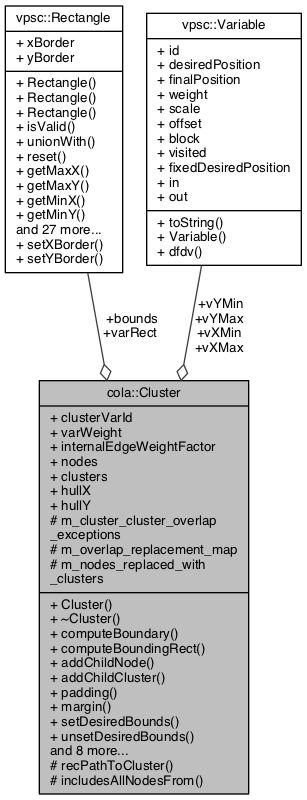
The Graphviz diagram documentation/classcola_1_1Cluster__coll__graph.png in mjwybrow/adaptagrams, before a commit. Its source is kept beside it as documentation/classcola_1_1Cluster__coll__graph.dot.
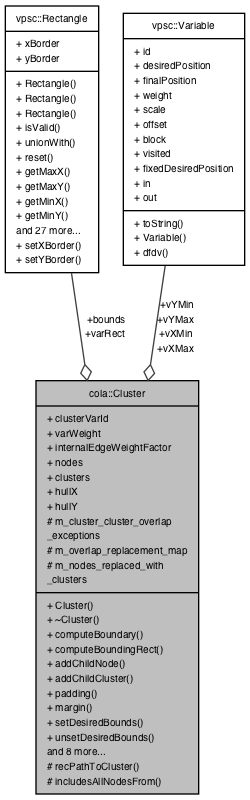
The same file after the commit.

Diff of the diagram source:
```diff
@@ -2,9 +2,9 @@
 {
   edge [fontname="Helvetica",fontsize="10",labelfontname="Helvetica",labelfontsize="10"];
   node [fontname="Helvetica",fontsize="10",shape=record];
-  Node1 [label="{cola::Cluster\n|+ clusterVarId\l+ varWeight\l+ internalEdgeWeightFactor\l+ nodes\l+ clusters\l+ hullX\l+ hullY\l# m_cluster_cluster_overlap\l_exceptions\l# m_overlap_replacement_map\l# m_nodes_replaced_with\l_clusters\l|+ Cluster()\l+ ~Cluster()\l+ computeBoundary()\l+ computeBoundingRect()\l+ addChildNode()\l+ addChildCluster()\l+ padding()\l+ margin()\l+ setDesiredBounds()\l+ unsetDesiredBounds()\land 8 more...\l# recPathToCluster()\l# includesAllNodesFrom()\l}",height=0.2,width=0.4,color="black", fillcolor="grey75", style="filled", fontcolor="black"];
-  Node2 -> Node1 [color="grey25",fontsize="10",style="solid",label=" +bounds\n+varRect" ,arrowhead="odiamond",fontname="Helvetica"];
-  Node2 [label="{vpsc::Rectangle\n|+ xBorder\l+ yBorder\l|+ Rectangle()\l+ Rectangle()\l+ Rectangle()\l+ isValid()\l+ unionWith()\l+ reset()\l+ getMaxX()\l+ getMaxY()\l+ getMinX()\l+ getMinY()\land 27 more...\l+ setXBorder()\l+ setYBorder()\l}",height=0.2,width=0.4,color="black", fillcolor="white", style="filled",URL="$classvpsc_1_1Rectangle.html",tooltip="A rectangle represents a fixed-size shape in the diagram that may be moved to prevent overlaps and sa..."];
-  Node3 -> Node1 [color="grey25",fontsize="10",style="solid",label=" +vYMin\n+vYMax\n+vXMin\n+vXMax" ,arrowhead="odiamond",fontname="Helvetica"];
-  Node3 [label="{vpsc::Variable\n|+ id\l+ desiredPosition\l+ finalPosition\l+ weight\l+ scale\l+ offset\l+ block\l+ visited\l+ fixedDesiredPosition\l+ in\l+ out\l|+ toString()\l+ Variable()\l+ dfdv()\l}",height=0.2,width=0.4,color="black", fillcolor="white", style="filled",URL="$classvpsc_1_1Variable.html",tooltip="A variable is comprised of an ideal position, final position and a weight. "];
+  Node4 [label="{cola::Cluster\n|+ clusterVarId\l+ varWeight\l+ internalEdgeWeightFactor\l+ nodes\l+ clusters\l+ hullX\l+ hullY\l# m_cluster_cluster_overlap\l_exceptions\l# m_overlap_replacement_map\l# m_nodes_replaced_with\l_clusters\l|+ Cluster()\l+ ~Cluster()\l+ computeBoundary()\l+ computeBoundingRect()\l+ addChildNode()\l+ addChildCluster()\l+ padding()\l+ margin()\l+ setDesiredBounds()\l+ unsetDesiredBounds()\land 8 more...\l# recPathToCluster()\l# includesAllNodesFrom()\l}",height=0.2,width=0.4,color="black", fillcolor="grey75", style="filled", fontcolor="black"];
+  Node5 -> Node4 [color="grey25",fontsize="10",style="solid",label=" +bounds\n+varRect" ,arrowhead="odiamond",fontname="Helvetica"];
+  Node5 [label="{vpsc::Rectangle\n|+ xBorder\l+ yBorder\l|+ Rectangle()\l+ Rectangle()\l+ Rectangle()\l+ isValid()\l+ unionWith()\l+ reset()\l+ getMaxX()\l+ getMaxY()\l+ getMinX()\l+ getMinY()\land 27 more...\l+ setXBorder()\l+ setYBorder()\l}",height=0.2,width=0.4,color="black", fillcolor="white", style="filled",URL="$classvpsc_1_1Rectangle.html",tooltip="A rectangle represents a fixed-size shape in the diagram that may be moved to prevent overlaps and sa..."];
+  Node6 -> Node4 [color="grey25",fontsize="10",style="solid",label=" +vYMin\n+vYMax\n+vXMin\n+vXMax" ,arrowhead="odiamond",fontname="Helvetica"];
+  Node6 [label="{vpsc::Variable\n|+ id\l+ desiredPosition\l+ finalPosition\l+ weight\l+ scale\l+ offset\l+ block\l+ visited\l+ fixedDesiredPosition\l+ in\l+ out\l|+ toString()\l+ Variable()\l+ dfdv()\l}",height=0.2,width=0.4,color="black", fillcolor="white", style="filled",URL="$classvpsc_1_1Variable.html",tooltip="A variable is comprised of an ideal position, final position and a weight. "];
 }
```
